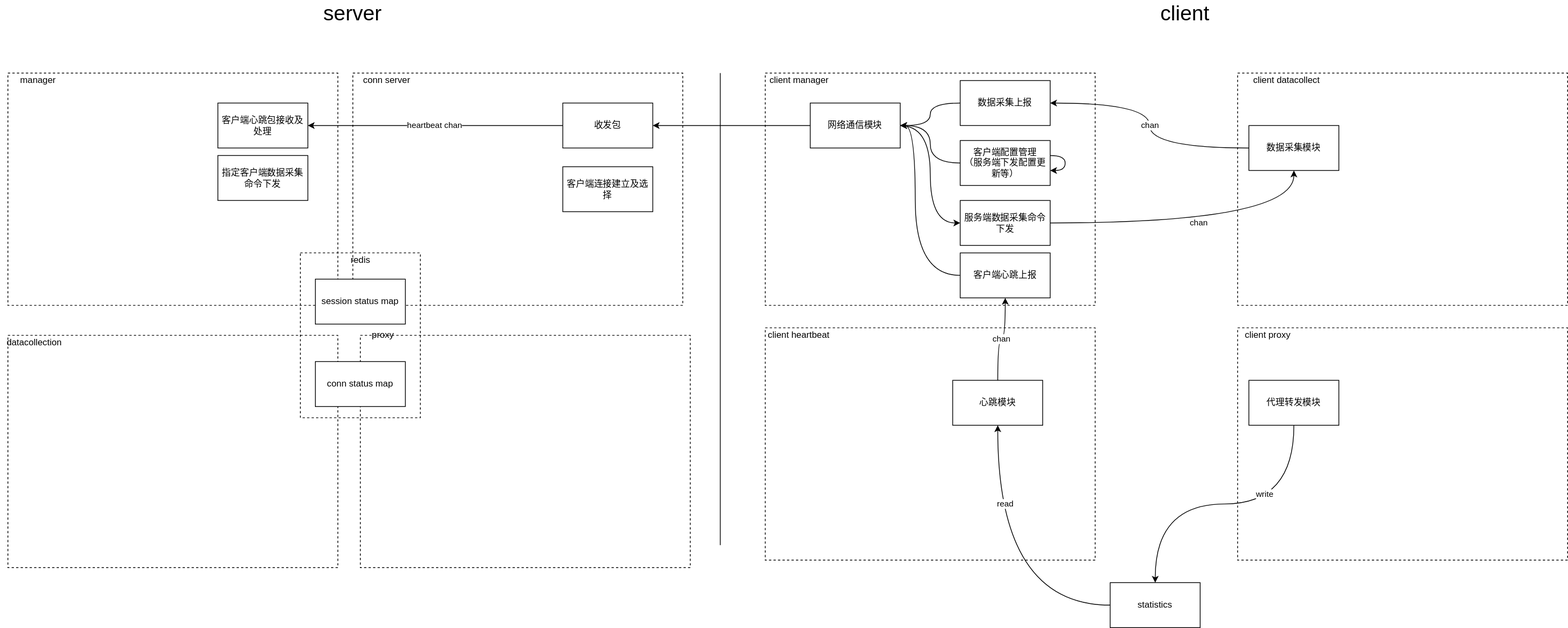
Earlier version of the draw.io export tc_客户端模块设计.svg (c17abab/diag_pics). Source tidied: cells renumbered, new cells last; positions are measured from the earlier drawing's top-left corner, leaving out a move shared by most shapes.
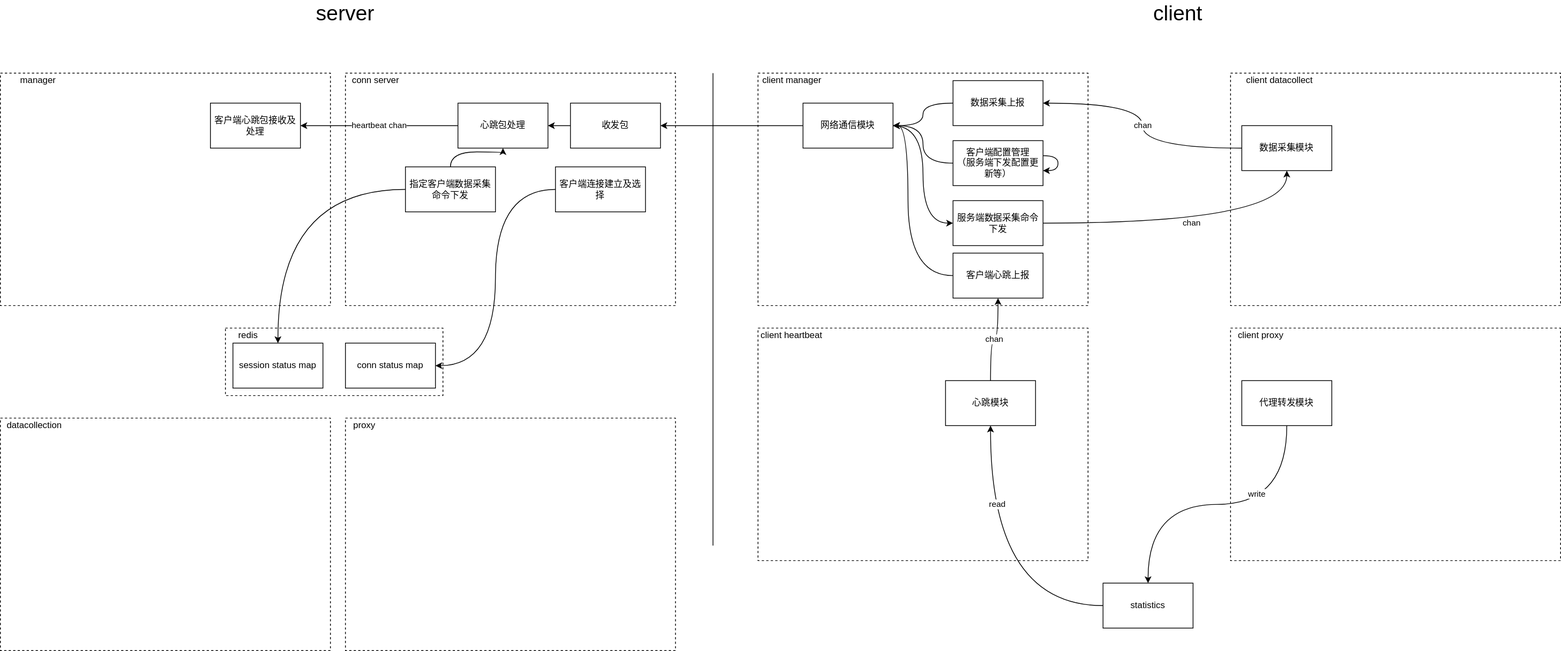
The same diagram one commit later.

Commit message:
更新tc_客户端模块设计.svg

Change to the diagram source:
```diff
@@ -2,12 +2,36 @@
   <root>
     <mxCell id="0" />
     <mxCell id="1" parent="0" />
+    <mxCell id="52" style="group;" parent="1" vertex="1">
+      <mxGeometry x="470" y="90" width="440" height="310" as="geometry" />
+    </mxCell>
+    <mxCell id="53" style="group;" parent="52" vertex="1">
+      <mxGeometry width="440" height="310" as="geometry" />
+    </mxCell>
+    <mxCell id="3" style="rounded=0;whiteSpace=wrap;html=1;dashed=1;fillColor=none;" parent="53" vertex="1">
+      <mxGeometry width="440" height="310" as="geometry" />
+    </mxCell>
+    <mxCell id="37" value="conn server" style="text;html=1;align=center;verticalAlign=middle;fillColor=none;strokeColor=none;rounded=0;" parent="53" vertex="1">
+      <mxGeometry width="80" height="20" as="geometry" />
+    </mxCell>
+    <mxCell id="54" style="edgeStyle=orthogonalEdgeStyle;curved=1;rounded=0;jettySize=auto;html=1;entryX=0.5;entryY=1;entryDx=0;entryDy=0;fontSize=28;" parent="53" edge="1" source="44" target="55">
+      <mxGeometry relative="1" as="geometry" />
+    </mxCell>
+    <mxCell id="44" value="指定客户端数据采集命令下发" style="whiteSpace=wrap;html=1;rounded=0;" parent="53" vertex="1">
+      <mxGeometry x="80" y="125" width="120" height="60" as="geometry" />
+    </mxCell>
+    <mxCell id="55" value="心跳包处理" style="whiteSpace=wrap;html=1;rounded=0;" parent="53" vertex="1">
+      <mxGeometry x="150" y="40" width="120" height="60" as="geometry" />
+    </mxCell>
+    <mxCell id="56" style="edgeStyle=orthogonalEdgeStyle;curved=1;rounded=0;jettySize=auto;html=1;exitX=0;exitY=0.5;exitDx=0;exitDy=0;fontSize=28;" parent="53" edge="1" source="19" target="55">
+      <mxGeometry relative="1" as="geometry" />
+    </mxCell>
+    <mxCell id="19" value="收发包" style="whiteSpace=wrap;html=1;rounded=0;" parent="53" vertex="1">
+      <mxGeometry x="300" y="40" width="120" height="60" as="geometry" />
+    </mxCell>
     <mxCell id="2" style="rounded=0;whiteSpace=wrap;html=1;dashed=1;fillColor=none;" parent="1" vertex="1">
       <mxGeometry x="10" y="90" width="440" height="310" as="geometry" />
     </mxCell>
-    <mxCell id="3" style="rounded=0;whiteSpace=wrap;html=1;dashed=1;fillColor=none;" parent="1" vertex="1">
-      <mxGeometry x="470" y="90" width="440" height="310" as="geometry" />
-    </mxCell>
     <mxCell id="4" style="rounded=0;whiteSpace=wrap;html=1;dashed=1;fillColor=none;" parent="1" vertex="1">
       <mxGeometry x="1650" y="90" width="440" height="310" as="geometry" />
     </mxCell>
@@ -50,12 +74,9 @@
     <mxCell id="17" value="client proxy" style="text;html=1;align=center;verticalAlign=middle;fillColor=none;strokeColor=none;rounded=0;" parent="1" vertex="1">
       <mxGeometry x="1650" y="430" width="80" height="20" as="geometry" />
     </mxCell>
-    <mxCell id="18" value="heartbeat chan" style="edgeStyle=orthogonalEdgeStyle;curved=1;rounded=0;jettySize=auto;html=1;exitX=0;exitY=0.5;exitDx=0;exitDy=0;" parent="1" edge="1" source="19" target="43">
+    <mxCell id="18" value="heartbeat chan" style="edgeStyle=orthogonalEdgeStyle;curved=1;rounded=0;jettySize=auto;html=1;exitX=0;exitY=0.5;exitDx=0;exitDy=0;" parent="1" edge="1" source="55" target="43">
       <mxGeometry relative="1" as="geometry" />
     </mxCell>
-    <mxCell id="19" value="收发包" style="whiteSpace=wrap;html=1;rounded=0;" parent="1" vertex="1">
-      <mxGeometry x="750" y="130" width="120" height="60" as="geometry" />
-    </mxCell>
     <mxCell id="20" style="endArrow=none;html=1;" parent="1" edge="1">
       <mxGeometry relative="1" as="geometry">
         <mxPoint x="960" y="720" as="sourcePoint" />
@@ -120,50 +141,59 @@
     <mxCell id="36" value="服务端数据采集命令下发" style="rounded=0;whiteSpace=wrap;html=1;" parent="1" vertex="1">
       <mxGeometry x="1280" y="260" width="120" height="60" as="geometry" />
     </mxCell>
-    <mxCell id="37" value="conn server" style="text;html=1;align=center;verticalAlign=middle;fillColor=none;strokeColor=none;rounded=0;" parent="1" vertex="1">
-      <mxGeometry x="475" y="90" width="80" height="20" as="geometry" />
-    </mxCell>
-    <mxCell id="38" value="proxy" style="text;html=1;align=center;verticalAlign=middle;fillColor=none;strokeColor=none;rounded=0;" parent="1" vertex="1">
-      <mxGeometry x="485" y="430" width="50" height="20" as="geometry" />
-    </mxCell>
-    <mxCell id="39" style="rounded=0;whiteSpace=wrap;html=1;dashed=1;fillColor=none;" parent="1" vertex="1">
-      <mxGeometry x="480" y="440" width="440" height="310" as="geometry" />
-    </mxCell>
-    <mxCell id="40" value="manager" style="text;html=1;align=center;verticalAlign=middle;fillColor=none;strokeColor=none;rounded=0;" parent="1" vertex="1">
-      <mxGeometry x="20" y="90" width="60" height="20" as="geometry" />
+    <mxCell id="40" value="manager" style="text;html=1;align=center;verticalAlign=middle;fillColor=none;strokeColor=none;rounded=0;" parent="1" vertex="1" collapsed="1">
+      <mxGeometry x="20" y="90" width="80" height="20" as="geometry" />
     </mxCell>
+    <mxCell id="43" value="客户端心跳包接收及处理" style="whiteSpace=wrap;html=1;rounded=0;" parent="1" vertex="1">
+      <mxGeometry x="290" y="130" width="120" height="60" as="geometry" />
+    </mxCell>
+    <mxCell id="45" value="server" style="text;html=1;strokeColor=none;fillColor=none;align=center;verticalAlign=middle;whiteSpace=wrap;rounded=0;fontSize=28;" parent="1" vertex="1">
+      <mxGeometry x="450" width="40" height="20" as="geometry" />
+    </mxCell>
+    <mxCell id="46" value="client" style="text;html=1;strokeColor=none;fillColor=none;align=center;verticalAlign=middle;whiteSpace=wrap;rounded=0;fontSize=28;" parent="1" vertex="1">
+      <mxGeometry x="1560" width="40" height="20" as="geometry" />
+    </mxCell>
+    <mxCell id="57" style="edgeStyle=orthogonalEdgeStyle;curved=1;rounded=0;jettySize=auto;html=1;entryX=1;entryY=0.5;entryDx=0;entryDy=0;fontSize=28;" parent="1" edge="1" source="47" target="50">
+      <mxGeometry relative="1" as="geometry" />
+    </mxCell>
+    <mxCell id="47" value="客户端连接建立及选择" style="whiteSpace=wrap;html=1;rounded=0;" parent="1" vertex="1">
+      <mxGeometry x="750" y="215" width="120" height="60" as="geometry" />
+    </mxCell>
+    <mxCell id="58" style="group;" parent="1" vertex="1">
+      <mxGeometry x="10" y="550" width="440" height="310" as="geometry" />
+    </mxCell>
-    <mxCell id="41" style="rounded=0;whiteSpace=wrap;html=1;dashed=1;fillColor=none;" parent="1" vertex="1">
-      <mxGeometry x="10" y="440" width="440" height="310" as="geometry" />
+    <mxCell id="41" style="rounded=0;whiteSpace=wrap;html=1;dashed=1;fillColor=none;" parent="58" vertex="1">
+      <mxGeometry width="440" height="310" as="geometry" />
     </mxCell>
-    <mxCell id="42" value="datacollection" style="text;html=1;align=center;verticalAlign=middle;fillColor=none;strokeColor=none;rounded=0;" parent="1" vertex="1">
-      <mxGeometry y="440" width="90" height="20" as="geometry" />
+    <mxCell id="42" value="datacollection" style="text;html=1;align=center;verticalAlign=middle;fillColor=none;strokeColor=none;rounded=0;" parent="58" vertex="1">
+      <mxGeometry width="90" height="20" as="geometry" />
     </mxCell>
-    <mxCell id="43" value="客户端心跳包接收及处理" style="whiteSpace=wrap;html=1;rounded=0;" parent="1" vertex="1">
-      <mxGeometry x="290" y="130" width="120" height="60" as="geometry" />
-    </mxCell>
-    <mxCell id="44" value="指定客户端数据采集命令下发" style="whiteSpace=wrap;html=1;rounded=0;" parent="1" vertex="1">
-      <mxGeometry x="290" y="200" width="120" height="60" as="geometry" />
-    </mxCell>
-    <mxCell id="45" value="server" style="text;html=1;strokeColor=none;fillColor=none;align=center;verticalAlign=middle;whiteSpace=wrap;rounded=0;fontSize=28;" parent="1" vertex="1">
-      <mxGeometry x="450" width="40" height="20" as="geometry" />
-    </mxCell>
-    <mxCell id="46" value="client" style="text;html=1;strokeColor=none;fillColor=none;align=center;verticalAlign=middle;whiteSpace=wrap;rounded=0;fontSize=28;" parent="1" vertex="1">
-      <mxGeometry x="1560" width="40" height="20" as="geometry" />
-    </mxCell>
-    <mxCell id="47" value="客户端连接建立及选择" style="whiteSpace=wrap;html=1;rounded=0;" parent="1" vertex="1">
-      <mxGeometry x="750" y="215" width="120" height="60" as="geometry" />
-    </mxCell>
+    <mxCell id="59" style="group;" parent="1" vertex="1">
+      <mxGeometry x="470" y="550" width="440" height="310" as="geometry" />
+    </mxCell>
+    <mxCell id="39" style="rounded=0;whiteSpace=wrap;html=1;dashed=1;fillColor=none;" parent="59" vertex="1">
+      <mxGeometry width="440" height="310" as="geometry" />
+    </mxCell>
+    <mxCell id="38" value="proxy" style="text;html=1;align=center;verticalAlign=middle;fillColor=none;strokeColor=none;rounded=0;" parent="59" vertex="1">
+      <mxGeometry width="50" height="20" as="geometry" />
+    </mxCell>
+    <mxCell id="60" style="group;" parent="1" vertex="1">
+      <mxGeometry x="310" y="430" width="290" height="90" as="geometry" />
+    </mxCell>
-    <mxCell id="48" style="rounded=0;whiteSpace=wrap;html=1;dashed=1;fillColor=none;" parent="1" vertex="1">
-      <mxGeometry x="400" y="330" width="160" height="220" as="geometry" />
+    <mxCell id="48" style="rounded=0;whiteSpace=wrap;html=1;dashed=1;fillColor=none;" parent="60" vertex="1">
+      <mxGeometry width="290" height="90" as="geometry" />
     </mxCell>
-    <mxCell id="49" value="session status map" style="whiteSpace=wrap;html=1;rounded=0;" parent="1" vertex="1">
-      <mxGeometry x="420" y="365" width="120" height="60" as="geometry" />
+    <mxCell id="49" value="session status map" style="whiteSpace=wrap;html=1;rounded=0;" parent="60" vertex="1">
+      <mxGeometry x="10" y="20" width="120" height="60" as="geometry" />
     </mxCell>
-    <mxCell id="50" value="conn status map" style="whiteSpace=wrap;html=1;rounded=0;" parent="1" vertex="1">
-      <mxGeometry x="420" y="475" width="120" height="60" as="geometry" />
+    <mxCell id="50" value="conn status map" style="whiteSpace=wrap;html=1;rounded=0;" parent="60" vertex="1">
+      <mxGeometry x="160" y="20" width="120" height="60" as="geometry" />
     </mxCell>
-    <mxCell id="51" value="redis" style="text;html=1;align=center;verticalAlign=middle;fillColor=none;strokeColor=none;rounded=0;" parent="1" vertex="1">
-      <mxGeometry x="460" y="330" width="40" height="20" as="geometry" />
+    <mxCell id="51" value="redis" style="text;html=1;align=center;verticalAlign=middle;fillColor=none;strokeColor=none;rounded=0;" parent="60" vertex="1">
+      <mxGeometry x="10" width="40" height="20" as="geometry" />
     </mxCell>
+    <mxCell id="61" style="edgeStyle=orthogonalEdgeStyle;curved=1;rounded=0;jettySize=auto;html=1;fontSize=28;" parent="1" edge="1" source="44" target="49">
+      <mxGeometry relative="1" as="geometry" />
+    </mxCell>
   </root>
 </mxGraphModel>
```
